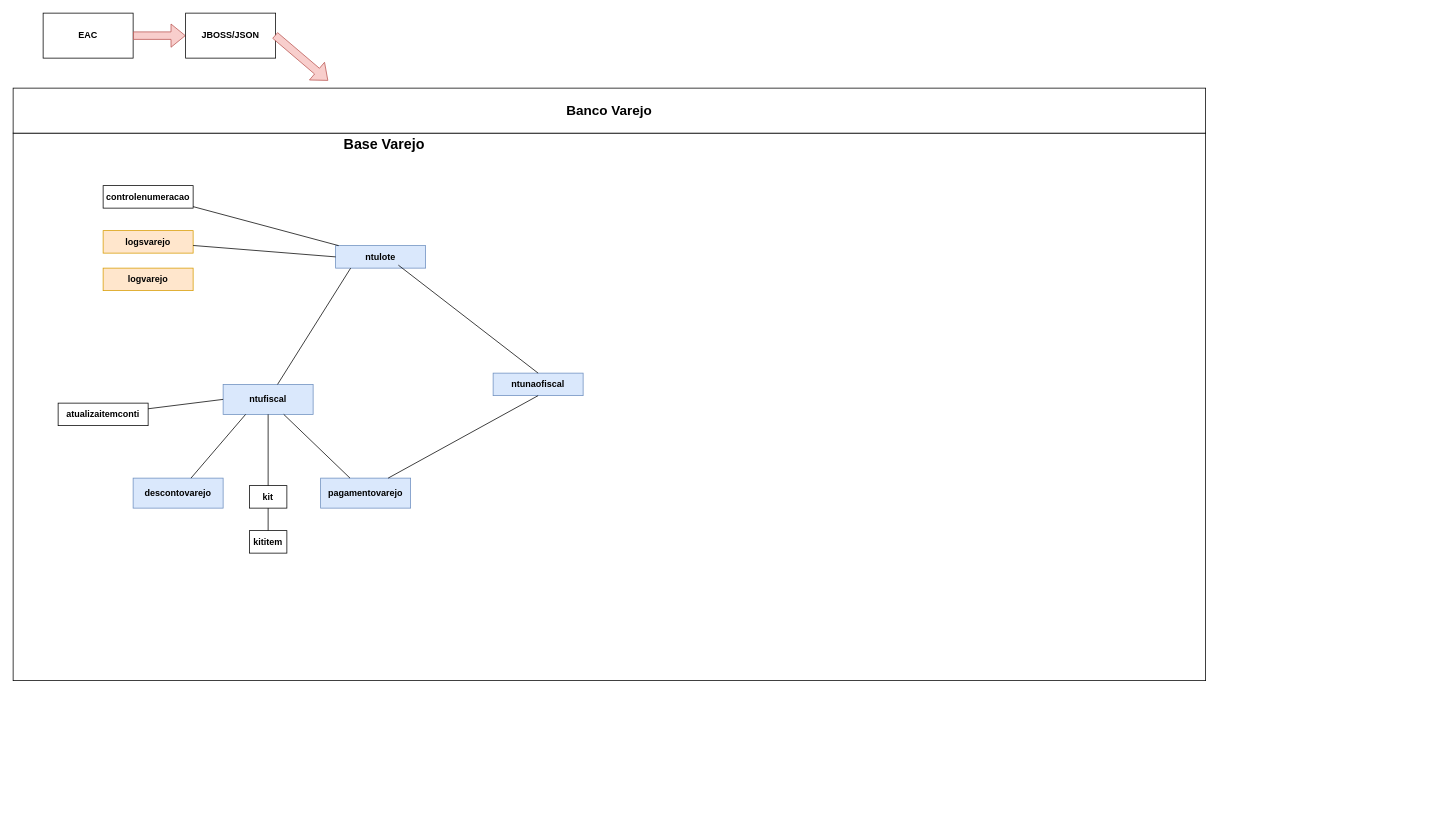
Above: banco.drawio in cferrugem/drawio (draw.io), before the change. Source tidied: cells renumbered, new cells numbered last; positions are measured from the earlier drawing's top-left corner, leaving out a move shared by most shapes. Both pictures are drawn from the tidied source at 75%, with x=0, y=0 at pixel (13, 13).
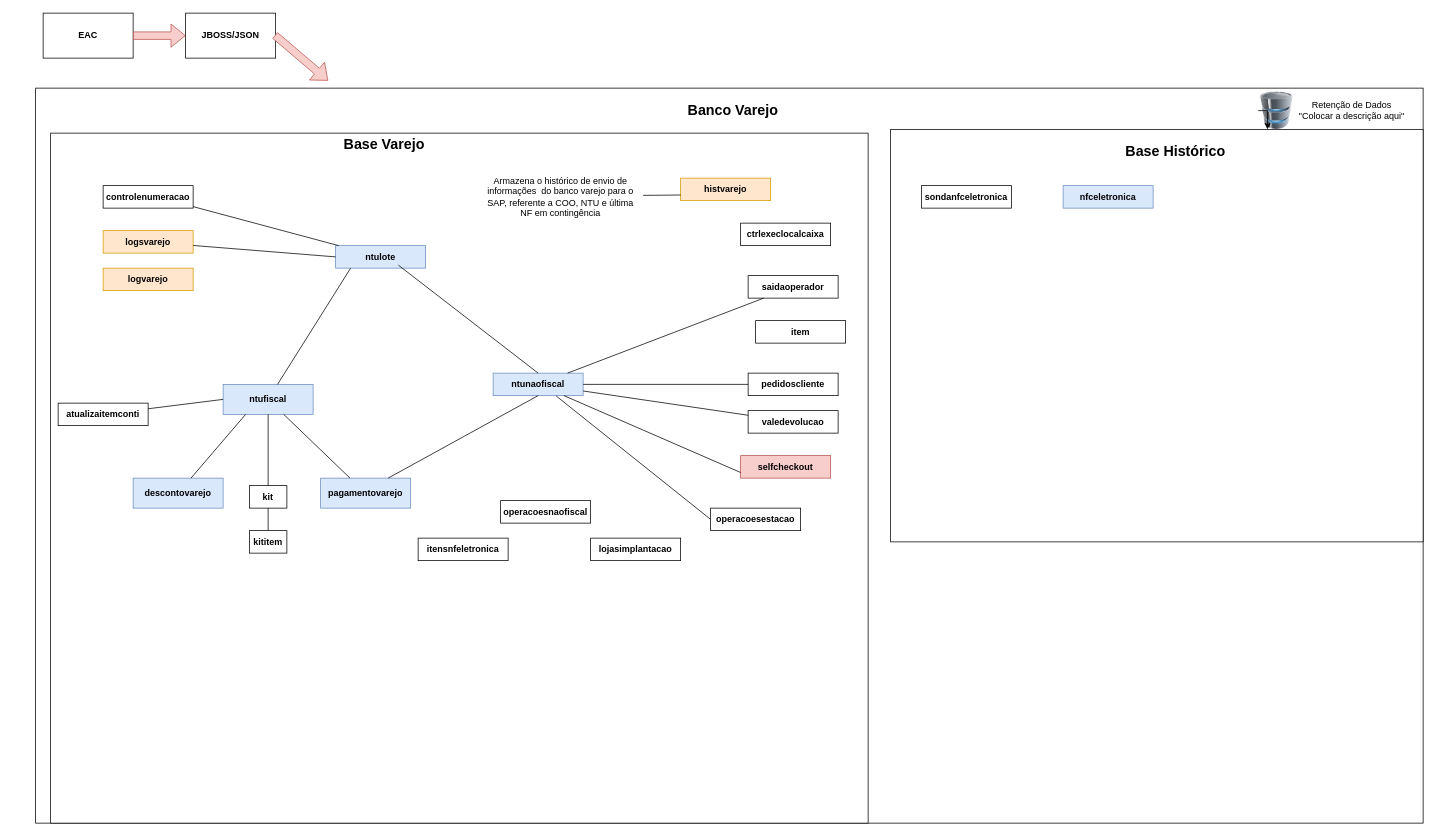
The same diagram, later.

The change refers to these unchanged cells:
```xml
<mxCell id="27" value="&lt;b&gt;ntunaofiscal&lt;/b&gt;" style="rounded=0;whiteSpace=wrap;html=1;fillColor=#dae8fc;strokeColor=#6c8ebf;" parent="1" vertex="1">
  <mxGeometry x="640" y="480" width="120" height="30" as="geometry" />
</mxCell>
```

The edit, as a diff of the source:
```diff
@@
+    <mxCell id="7" style="rounded=0;whiteSpace=wrap;html=1;fontSize=18;" parent="1" vertex="1">
+      <mxGeometry x="30" y="100" width="1850" height="980" as="geometry" />
+    </mxCell>
@@
     <mxCell id="6" style="rounded=0;whiteSpace=wrap;html=1;" parent="1" vertex="1">
-      <mxGeometry y="160" width="1590" height="730" as="geometry" />
+      <mxGeometry x="50" y="160" width="1090" height="920" as="geometry" />
     </mxCell>
-    <mxCell id="7" value="&lt;b style=&quot;font-size: 18px;&quot;&gt;Banco Varejo&lt;/b&gt;" style="rounded=0;whiteSpace=wrap;html=1;fontSize=18;" parent="1" vertex="1">
-      <mxGeometry y="100" width="1590" height="60" as="geometry" />
-    </mxCell>
@@
+    <mxCell id="30" value="&lt;b&gt;ctrlexeclocalcaixa&lt;/b&gt;" style="rounded=0;whiteSpace=wrap;html=1;" parent="1" vertex="1">
+      <mxGeometry x="970" y="280" width="120" height="30" as="geometry" />
+    </mxCell>
+    <mxCell id="31" value="&lt;b&gt;saidaoperador&lt;/b&gt;" style="rounded=0;whiteSpace=wrap;html=1;" parent="1" vertex="1">
+      <mxGeometry x="980" y="350" width="120" height="30" as="geometry" />
+    </mxCell>
+    <mxCell id="32" style="endArrow=none;html=1;rounded=0;" parent="1" edge="1" source="27" target="31">
+      <mxGeometry relative="1" as="geometry" />
+    </mxCell>
+    <mxCell id="33" value="&lt;b&gt;item&lt;/b&gt;" style="rounded=0;whiteSpace=wrap;html=1;" parent="1" vertex="1">
+      <mxGeometry x="990" y="410" width="120" height="30" as="geometry" />
+    </mxCell>
+    <mxCell id="34" value="&lt;b&gt;pedidoscliente&lt;/b&gt;" style="rounded=0;whiteSpace=wrap;html=1;" parent="1" vertex="1">
+      <mxGeometry x="980" y="480" width="120" height="30" as="geometry" />
+    </mxCell>
+    <mxCell id="35" style="endArrow=none;html=1;rounded=0;" parent="1" edge="1" source="27" target="34">
+      <mxGeometry relative="1" as="geometry" />
+    </mxCell>
+    <mxCell id="36" value="&lt;b&gt;valedevolucao&lt;/b&gt;" style="rounded=0;whiteSpace=wrap;html=1;" parent="1" vertex="1">
+      <mxGeometry x="980" y="530" width="120" height="30" as="geometry" />
+    </mxCell>
+    <mxCell id="37" style="endArrow=none;html=1;rounded=0;" parent="1" edge="1" source="27" target="36">
+      <mxGeometry relative="1" as="geometry" />
+    </mxCell>
+    <mxCell id="38" value="&lt;b&gt;selfcheckout&lt;/b&gt;" style="rounded=0;whiteSpace=wrap;html=1;fillColor=#f8cecc;strokeColor=#b85450;" parent="1" vertex="1">
+      <mxGeometry x="970" y="590" width="120" height="30" as="geometry" />
+    </mxCell>
+    <mxCell id="39" style="endArrow=none;html=1;rounded=0;entryX=0;entryY=0.75;entryDx=0;entryDy=0;" parent="1" edge="1" source="27" target="38">
+      <mxGeometry relative="1" as="geometry" />
+    </mxCell>
+    <mxCell id="40" value="&lt;b&gt;operacoesestacao&lt;/b&gt;" style="rounded=0;whiteSpace=wrap;html=1;" parent="1" vertex="1">
+      <mxGeometry x="930" y="660" width="120" height="30" as="geometry" />
+    </mxCell>
+    <mxCell id="41" style="endArrow=none;html=1;rounded=0;entryX=0;entryY=0.5;entryDx=0;entryDy=0;exitX=0.701;exitY=1.016;exitDx=0;exitDy=0;exitPerimeter=0;" parent="1" edge="1" source="27" target="40">
+      <mxGeometry relative="1" as="geometry" />
+    </mxCell>
+    <mxCell id="42" value="&lt;b&gt;operacoesnaofiscal&lt;/b&gt;" style="rounded=0;whiteSpace=wrap;html=1;" parent="1" vertex="1">
+      <mxGeometry x="650" y="650" width="120" height="30" as="geometry" />
+    </mxCell>
+    <mxCell id="43" value="&lt;b&gt;itensnfeletronica&lt;/b&gt;" style="rounded=0;whiteSpace=wrap;html=1;" parent="1" vertex="1">
+      <mxGeometry x="540" y="700" width="120" height="30" as="geometry" />
+    </mxCell>
+    <mxCell id="44" value="&lt;b&gt;lojasimplantacao&lt;/b&gt;" style="rounded=0;whiteSpace=wrap;html=1;" parent="1" vertex="1">
+      <mxGeometry x="770" y="700" width="120" height="30" as="geometry" />
+    </mxCell>
+    <mxCell id="45" value="&lt;b&gt;histvarejo&lt;/b&gt;" style="rounded=0;whiteSpace=wrap;html=1;fillColor=#ffe6cc;strokeColor=#d79b00;" parent="1" vertex="1">
+      <mxGeometry x="890" y="220" width="120" height="30" as="geometry" />
+    </mxCell>
+    <mxCell id="46" style="endArrow=none;html=1;rounded=0;entryX=0;entryY=0.75;entryDx=0;entryDy=0;" parent="1" edge="1" target="45">
+      <mxGeometry relative="1" as="geometry">
+        <mxPoint x="840" y="243" as="sourcePoint" />
+      </mxGeometry>
+    </mxCell>
+    <mxCell id="47" value="Armazena o histórico de envio de informações&amp;nbsp; do banco varejo para o SAP, referente a COO, NTU e última NF em contingência" style="text;html=1;align=center;verticalAlign=middle;whiteSpace=wrap;rounded=0;" parent="1" vertex="1">
+      <mxGeometry x="630" y="205" width="200" height="80" as="geometry" />
+    </mxCell>
+    <mxCell id="48" style="image;html=1;image=img/lib/clip_art/computers/Database_128x128.png;" parent="1" vertex="1">
+      <mxGeometry x="1660" y="105" width="50" height="50" as="geometry" />
+    </mxCell>
+    <mxCell id="49" value="Retenção de Dados&lt;div&gt;&quot;Colocar a descrição aqui&quot;&lt;/div&gt;" style="text;html=1;align=center;verticalAlign=middle;whiteSpace=wrap;rounded=0;" parent="1" vertex="1">
+      <mxGeometry x="1710" y="105" width="150" height="50" as="geometry" />
+    </mxCell>
+    <mxCell id="50" style="rounded=0;whiteSpace=wrap;html=1;" parent="1" vertex="1">
+      <mxGeometry x="1170" y="155" width="710" height="550" as="geometry" />
+    </mxCell>
+    <mxCell id="51" value="&lt;b&gt;Banco Varejo&lt;/b&gt;" style="text;html=1;align=center;verticalAlign=middle;whiteSpace=wrap;rounded=0;fontSize=19;" parent="1" vertex="1">
+      <mxGeometry x="890" y="115" width="140" height="30" as="geometry" />
+    </mxCell>
+    <mxCell id="52" style="edgeStyle=orthogonalEdgeStyle;rounded=0;orthogonalLoop=1;jettySize=auto;html=1;exitX=0;exitY=0.5;exitDx=0;exitDy=0;entryX=0.25;entryY=1;entryDx=0;entryDy=0;" parent="1" edge="1" source="48" target="48">
+      <mxGeometry relative="1" as="geometry" />
+    </mxCell>
+    <mxCell id="53" value="&lt;b&gt;Base Histórico&lt;/b&gt;" style="text;html=1;align=center;verticalAlign=middle;whiteSpace=wrap;rounded=0;fontSize=19;" parent="1" vertex="1">
+      <mxGeometry x="1470" y="170" width="160" height="30" as="geometry" />
+    </mxCell>
+    <mxCell id="54" value="&lt;b&gt;sondanfceletronica&lt;/b&gt;" style="rounded=0;whiteSpace=wrap;html=1;" parent="1" vertex="1">
+      <mxGeometry x="1211" y="230" width="120" height="30" as="geometry" />
+    </mxCell>
+    <mxCell id="55" value="&lt;b&gt;nfceletronica&lt;/b&gt;" style="rounded=0;whiteSpace=wrap;html=1;fillColor=#dae8fc;strokeColor=#6c8ebf;" parent="1" vertex="1">
+      <mxGeometry x="1400" y="230" width="120" height="30" as="geometry" />
+    </mxCell>
```
